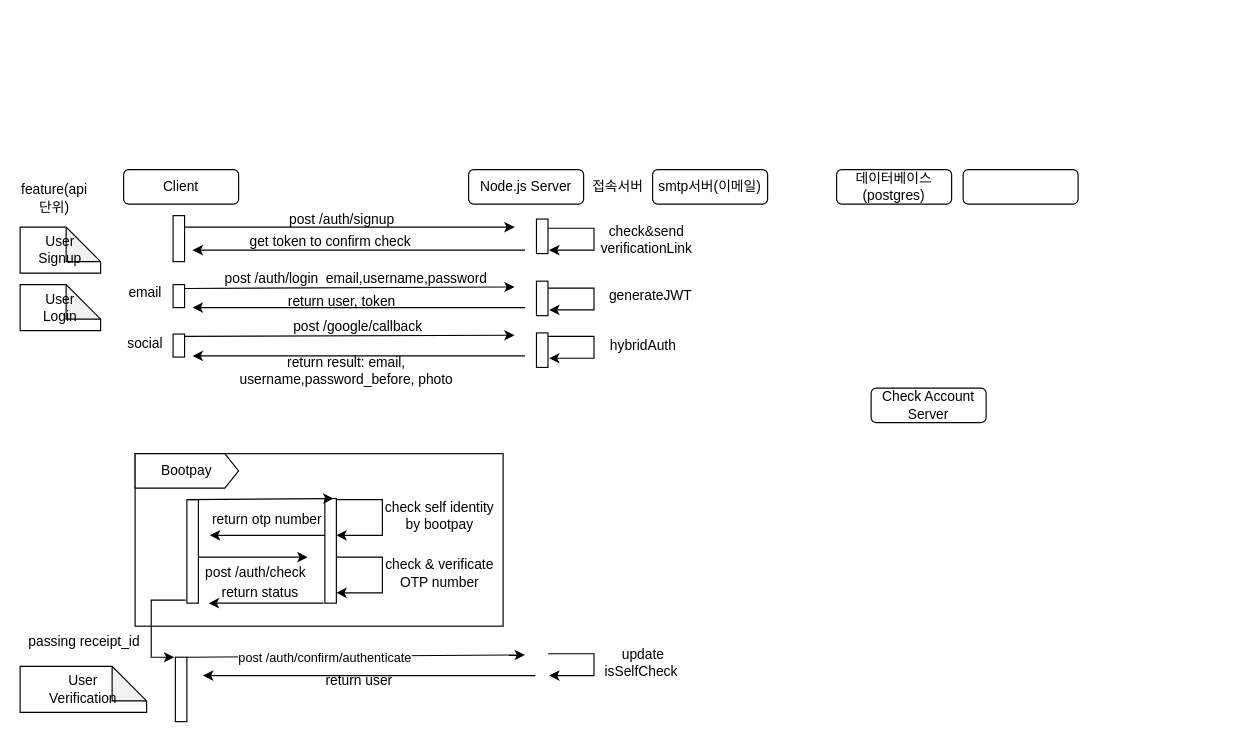
Before: 제목 없는 다이어그램.drawio in fangmin26/ecommerce, a draw.io diagram. Source tidied: cells renumbered, new cells numbered last; positions are measured from the earlier drawing's top-left corner, leaving out a move shared by most shapes. Both pictures are drawn from the tidied source at 115%, with x=0, y=0 at pixel (20, 169).
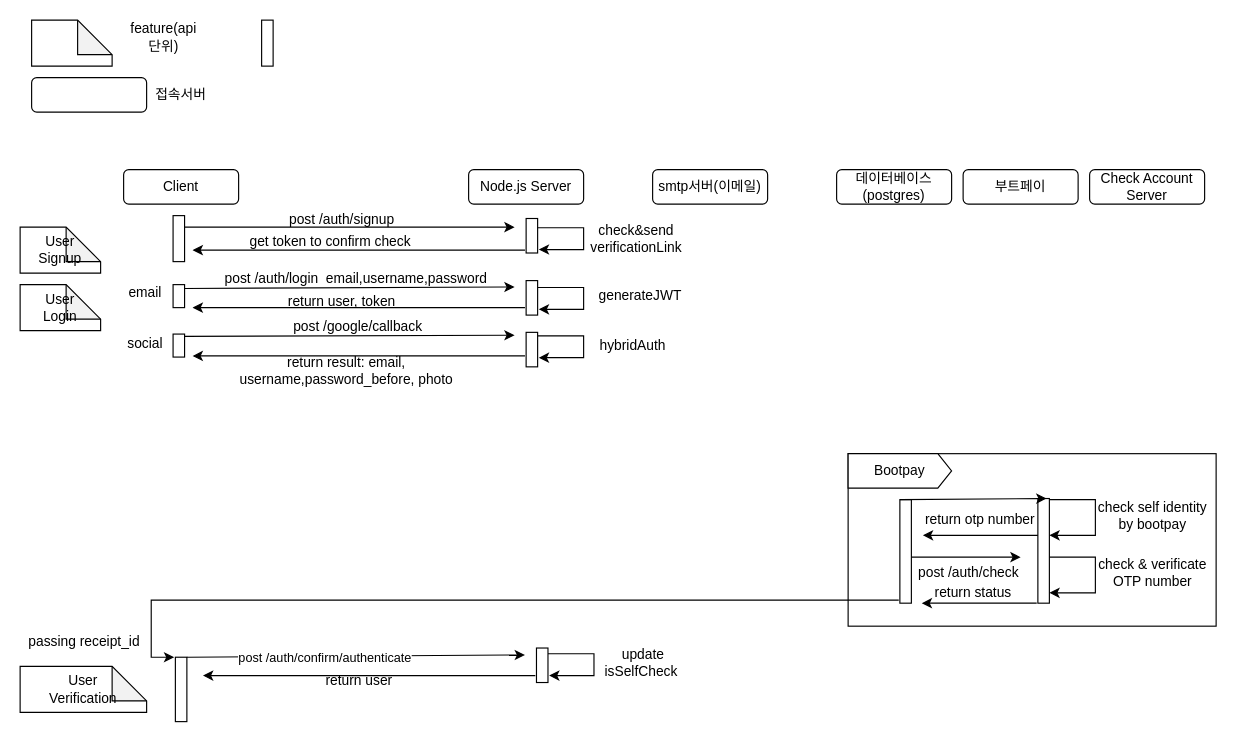
After the change.

Commit message:
ecommerce 시퀀스 다이어그램

Change to the diagram source:
```diff
@@
-    <mxCell id="5" style="rounded=1;whiteSpace=wrap;html=1;" parent="1" vertex="1">
+    <mxCell id="5" value="부트페이" style="rounded=1;whiteSpace=wrap;html=1;" parent="1" vertex="1">
       <mxGeometry x="820" width="100" height="30" as="geometry" />
     </mxCell>
     <mxCell id="6" value="Check Account&lt;br&gt;Server&lt;br&gt;" style="rounded=1;whiteSpace=wrap;html=1;" parent="1" vertex="1">
-      <mxGeometry x="740" y="190" width="100" height="30" as="geometry" />
+      <mxGeometry x="930" width="100" height="30" as="geometry" />
     </mxCell>
     <mxCell id="7" style="rounded=0;whiteSpace=wrap;html=1;" parent="1" vertex="1">
-      <mxGeometry x="100" y="247" width="320" height="150" as="geometry" />
+      <mxGeometry x="720" y="247" width="320" height="150" as="geometry" />
     </mxCell>
     <mxCell id="8" value="Bootpay" style="shape=loopLimit;whiteSpace=wrap;html=1;direction=south;rounded=0;" parent="1" vertex="1">
-      <mxGeometry x="100" y="247" width="90" height="30" as="geometry" />
+      <mxGeometry x="720" y="247" width="90" height="30" as="geometry" />
     </mxCell>
     <mxCell id="9" style="rounded=0;whiteSpace=wrap;html=1;" parent="1" vertex="1">
-      <mxGeometry x="145" y="287" width="10" height="90" as="geometry" />
+      <mxGeometry x="765" y="287" width="10" height="90" as="geometry" />
     </mxCell>
     <mxCell id="10" style="rounded=0;whiteSpace=wrap;html=1;" parent="1" vertex="1">
-      <mxGeometry x="265" y="286" width="10" height="91" as="geometry" />
+      <mxGeometry x="885" y="286" width="10" height="91" as="geometry" />
     </mxCell>
     <mxCell id="11" style="endArrow=classic;html=1;rounded=0;entryX=0.75;entryY=0;entryDx=0;entryDy=0;" parent="1" edge="1" target="10">
       <mxGeometry relative="1" as="geometry">
-        <mxPoint x="145" y="287" as="sourcePoint" />
+        <mxPoint x="765" y="287" as="sourcePoint" />
       </mxGeometry>
     </mxCell>
     <mxCell id="12" style="endArrow=classic;html=1;rounded=0;edgeStyle=orthogonalEdgeStyle;" parent="1" edge="1">
       <mxGeometry relative="1" as="geometry">
-        <mxPoint x="275" y="287" as="sourcePoint" />
-        <mxPoint x="275" y="318" as="targetPoint" />
+        <mxPoint x="895" y="287" as="sourcePoint" />
+        <mxPoint x="895" y="318" as="targetPoint" />
         <Array as="points">
-          <mxPoint x="315" y="287" />
-          <mxPoint x="315" y="318" />
-          <mxPoint x="275" y="318" />
+          <mxPoint x="935" y="287" />
+          <mxPoint x="935" y="318" />
+          <mxPoint x="895" y="318" />
         </Array>
       </mxGeometry>
     </mxCell>
     <mxCell id="13" value="check self identity by bootpay" style="text;strokeColor=none;align=center;fillColor=none;html=1;verticalAlign=middle;whiteSpace=wrap;rounded=0;" parent="1" vertex="1">
-      <mxGeometry x="310" y="286" width="110" height="30" as="geometry" />
+      <mxGeometry x="930" y="286" width="110" height="30" as="geometry" />
     </mxCell>
     <mxCell id="14" style="endArrow=classic;html=1;rounded=0;" parent="1" edge="1">
       <mxGeometry relative="1" as="geometry">
-        <mxPoint x="265" y="318" as="sourcePoint" />
-        <mxPoint x="165" y="318" as="targetPoint" />
+        <mxPoint x="885" y="318" as="sourcePoint" />
+        <mxPoint x="785" y="318" as="targetPoint" />
       </mxGeometry>
     </mxCell>
     <mxCell id="15" value="return otp number" style="text;strokeColor=none;align=center;fillColor=none;html=1;verticalAlign=middle;whiteSpace=wrap;rounded=0;" parent="1" vertex="1">
-      <mxGeometry x="165" y="290" width="100" height="30" as="geometry" />
+      <mxGeometry x="785" y="290" width="100" height="30" as="geometry" />
     </mxCell>
     <mxCell id="16" style="endArrow=classic;html=1;rounded=0;" parent="1" edge="1">
       <mxGeometry relative="1" as="geometry">
-        <mxPoint x="155" y="337" as="sourcePoint" />
-        <mxPoint x="250" y="337" as="targetPoint" />
+        <mxPoint x="775" y="337" as="sourcePoint" />
+        <mxPoint x="870" y="337" as="targetPoint" />
       </mxGeometry>
     </mxCell>
     <mxCell id="17" value="post /auth/check" style="text;strokeColor=none;align=center;fillColor=none;html=1;verticalAlign=middle;whiteSpace=wrap;rounded=0;" parent="1" vertex="1">
-      <mxGeometry x="155" y="336" width="100" height="30" as="geometry" />
+      <mxGeometry x="775" y="336" width="100" height="30" as="geometry" />
     </mxCell>
     <mxCell id="18" style="endArrow=classic;html=1;rounded=0;edgeStyle=orthogonalEdgeStyle;" parent="1" edge="1">
       <mxGeometry relative="1" as="geometry">
-        <mxPoint x="275" y="337" as="sourcePoint" />
-        <mxPoint x="275" y="368" as="targetPoint" />
+        <mxPoint x="895" y="337" as="sourcePoint" />
+        <mxPoint x="895" y="368" as="targetPoint" />
         <Array as="points">
-          <mxPoint x="315" y="337" />
-          <mxPoint x="315" y="368" />
-          <mxPoint x="275" y="368" />
+          <mxPoint x="935" y="337" />
+          <mxPoint x="935" y="368" />
+          <mxPoint x="895" y="368" />
         </Array>
       </mxGeometry>
     </mxCell>
     <mxCell id="19" value="check &amp;amp; verificate OTP number" style="text;strokeColor=none;align=center;fillColor=none;html=1;verticalAlign=middle;whiteSpace=wrap;rounded=0;" parent="1" vertex="1">
-      <mxGeometry x="310" y="336" width="110" height="30" as="geometry" />
+      <mxGeometry x="930" y="336" width="110" height="30" as="geometry" />
     </mxCell>
     <mxCell id="20" value="return status" style="text;strokeColor=none;align=center;fillColor=none;html=1;verticalAlign=middle;whiteSpace=wrap;rounded=0;" parent="1" vertex="1">
-      <mxGeometry x="159" y="353" width="100" height="30" as="geometry" />
+      <mxGeometry x="779" y="353" width="100" height="30" as="geometry" />
     </mxCell>
     <mxCell id="21" style="endArrow=classic;html=1;rounded=0;" parent="1" edge="1">
       <mxGeometry relative="1" as="geometry">
-        <mxPoint x="264" y="377" as="sourcePoint" />
-        <mxPoint x="164" y="377" as="targetPoint" />
+        <mxPoint x="884" y="377" as="sourcePoint" />
+        <mxPoint x="784" y="377" as="targetPoint" />
       </mxGeometry>
     </mxCell>
@@
     <mxCell id="24" style="rounded=0;whiteSpace=wrap;html=1;" parent="1" vertex="1">
-      <mxGeometry x="449" y="43" width="10" height="30" as="geometry" />
+      <mxGeometry x="440" y="42.5" width="10" height="30" as="geometry" />
     </mxCell>
@@
     <mxCell id="33" style="endArrow=classic;html=1;rounded=0;edgeStyle=orthogonalEdgeStyle;" parent="1" edge="1">
       <mxGeometry relative="1" as="geometry">
-        <mxPoint x="459" y="51" as="sourcePoint" />
-        <mxPoint x="460" y="70" as="targetPoint" />
+        <mxPoint x="450" y="50.5" as="sourcePoint" />
+        <mxPoint x="451" y="69.5" as="targetPoint" />
         <Array as="points">
-          <mxPoint x="499" y="51" />
-          <mxPoint x="499" y="70" />
+          <mxPoint x="490" y="50.5" />
+          <mxPoint x="490" y="69.5" />
         </Array>
       </mxGeometry>
     </mxCell>
     <mxCell id="34" value="check&amp;amp;send verificationLink" style="text;strokeColor=none;align=center;fillColor=none;html=1;verticalAlign=middle;whiteSpace=wrap;rounded=0;" parent="1" vertex="1">
-      <mxGeometry x="490" y="48" width="110" height="25" as="geometry" />
+      <mxGeometry x="481" y="47.5" width="110" height="25" as="geometry" />
     </mxCell>
@@
     <mxCell id="41" style="endArrow=classic;html=1;rounded=0;edgeStyle=orthogonalEdgeStyle;" parent="1" edge="1">
       <mxGeometry relative="1" as="geometry">
-        <mxPoint x="459" y="103" as="sourcePoint" />
-        <mxPoint x="460" y="122" as="targetPoint" />
+        <mxPoint x="450" y="102.5" as="sourcePoint" />
+        <mxPoint x="451" y="121.5" as="targetPoint" />
         <Array as="points">
-          <mxPoint x="499" y="103" />
-          <mxPoint x="499" y="122" />
+          <mxPoint x="490" y="102.5" />
+          <mxPoint x="490" y="121.5" />
         </Array>
       </mxGeometry>
     </mxCell>
     <mxCell id="42" value="generateJWT" style="text;strokeColor=none;align=center;fillColor=none;html=1;verticalAlign=middle;whiteSpace=wrap;rounded=0;" parent="1" vertex="1">
-      <mxGeometry x="505" y="103.5" width="87" height="13" as="geometry" />
+      <mxGeometry x="496" y="103" width="87" height="13" as="geometry" />
     </mxCell>
@@
     <mxCell id="52" style="endArrow=classic;html=1;rounded=0;edgeStyle=orthogonalEdgeStyle;" parent="1" edge="1">
       <mxGeometry relative="1" as="geometry">
-        <mxPoint x="459" y="145" as="sourcePoint" />
-        <mxPoint x="460" y="164" as="targetPoint" />
+        <mxPoint x="450" y="144.5" as="sourcePoint" />
+        <mxPoint x="451" y="163.5" as="targetPoint" />
         <Array as="points">
-          <mxPoint x="499" y="145" />
-          <mxPoint x="499" y="164" />
+          <mxPoint x="490" y="144.5" />
+          <mxPoint x="490" y="163.5" />
         </Array>
       </mxGeometry>
     </mxCell>
     <mxCell id="53" value="hybridAuth" style="text;strokeColor=none;align=center;fillColor=none;html=1;verticalAlign=middle;whiteSpace=wrap;rounded=0;" parent="1" vertex="1">
-      <mxGeometry x="508" y="147" width="68" height="12" as="geometry" />
+      <mxGeometry x="499" y="146.5" width="68" height="12" as="geometry" />
     </mxCell>
@@
     <mxCell id="59" value="feature(api단위)" style="text;strokeColor=none;align=center;fillColor=none;html=1;verticalAlign=middle;whiteSpace=wrap;rounded=0;" parent="1" vertex="1">
-      <mxGeometry y="10" width="60" height="30" as="geometry" />
+      <mxGeometry x="95" y="-130" width="60" height="30" as="geometry" />
     </mxCell>
     <mxCell id="60" value="접속서버" style="text;strokeColor=none;align=center;fillColor=none;html=1;verticalAlign=middle;whiteSpace=wrap;rounded=0;" parent="1" vertex="1">
-      <mxGeometry x="490" width="60" height="30" as="geometry" />
+      <mxGeometry x="110" y="-80" width="60" height="30" as="geometry" />
     </mxCell>
     <mxCell id="61" style="rounded=0;whiteSpace=wrap;html=1;" parent="1" vertex="1">
-      <mxGeometry x="449" y="97" width="10" height="30" as="geometry" />
+      <mxGeometry x="440" y="96.5" width="10" height="30" as="geometry" />
     </mxCell>
     <mxCell id="62" style="rounded=0;whiteSpace=wrap;html=1;" parent="1" vertex="1">
-      <mxGeometry x="449" y="142" width="10" height="30" as="geometry" />
+      <mxGeometry x="440" y="141.5" width="10" height="30" as="geometry" />
     </mxCell>
@@
+    <mxCell id="64" style="shape=note;whiteSpace=wrap;html=1;backgroundOutline=1;darkOpacity=0.05;" parent="1" vertex="1">
+      <mxGeometry x="10" y="-130" width="70" height="40" as="geometry" />
+    </mxCell>
+    <mxCell id="65" style="rounded=1;whiteSpace=wrap;html=1;" parent="1" vertex="1">
+      <mxGeometry x="10" y="-80" width="100" height="30" as="geometry" />
+    </mxCell>
+    <mxCell id="66" style="rounded=0;whiteSpace=wrap;html=1;" parent="1" vertex="1">
+      <mxGeometry x="449" y="416" width="10" height="30" as="geometry" />
+    </mxCell>
+    <mxCell id="67" style="rounded=0;whiteSpace=wrap;html=1;" parent="1" vertex="1">
+      <mxGeometry x="210" y="-130" width="10" height="40" as="geometry" />
+    </mxCell>
```
